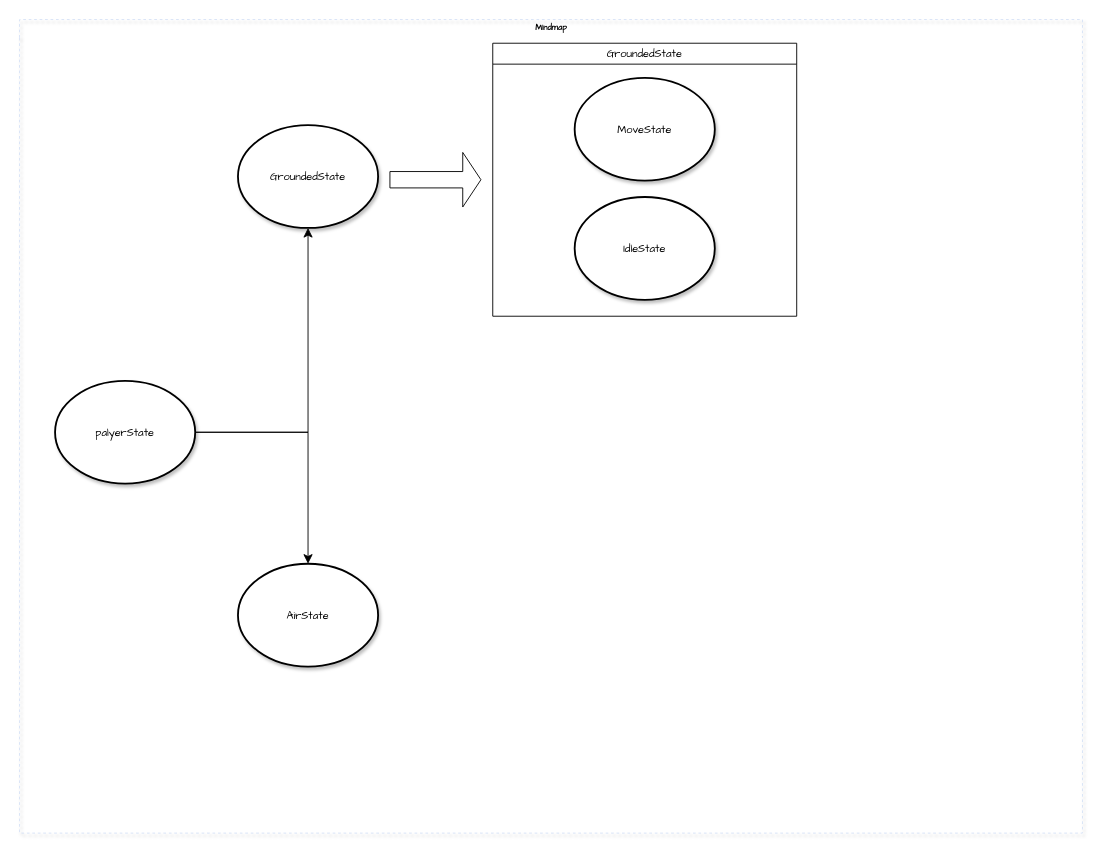
Earlier version of the draw.io diagram PlayerState.drawio (Selentia1/2D-RPG-GAME). Source tidied: cells renumbered, new cells numbered last; positions are measured from the earlier drawing's top-left corner, leaving out a move shared by most shapes. Both pictures are drawn from the tidied source at 91%, with x=0, y=0 at pixel (19, 19).
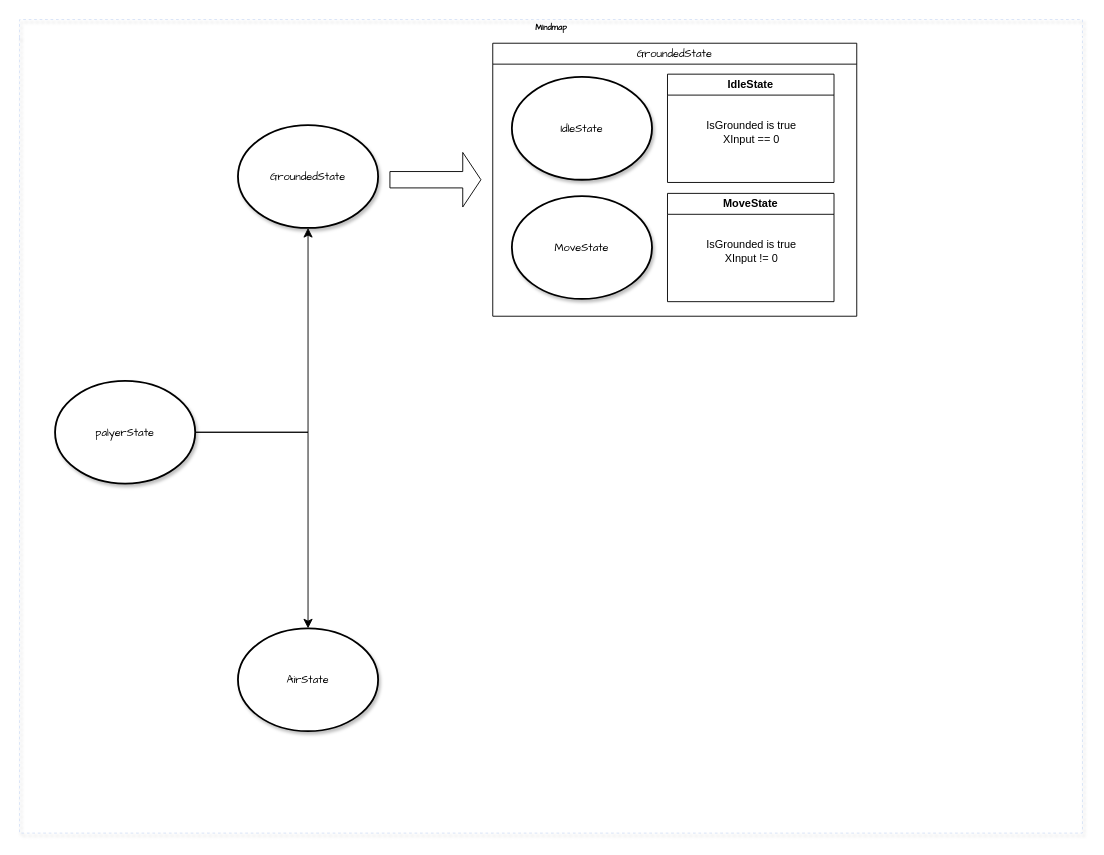
The same page after the edit.

What changed in the source:
```diff
@@
 <mxGraphModel>
   <root>
     <mxCell id="0" />
     <mxCell id="1" parent="0" />
     <mxCell id="2" value="Mindmap" style="swimlane;html=1;startSize=20;horizontal=1;containerType=tree;labelBackgroundColor=none;strokeColor=#D4E1F5;strokeWidth=1;fillColor=none;fontFamily=Comic Sans MS;fontSize=9;swimlaneLine=0;dashed=1;shadow=1;" parent="1" vertex="1">
       <mxGeometry width="1168" height="894" as="geometry" />
     </mxCell>
     <mxCell id="3" value="&lt;font face=&quot;Comic Sans MS&quot;&gt;palyerState&lt;/font&gt;" style="ellipse;whiteSpace=wrap;html=1;align=center;strokeWidth=2;shadow=1;" parent="2" vertex="1">
       <mxGeometry x="39" y="397" width="154" height="113" as="geometry" />
     </mxCell>
     <mxCell id="4" value="&lt;font face=&quot;Comic Sans MS&quot;&gt;GroundedState&lt;/font&gt;" style="ellipse;whiteSpace=wrap;html=1;align=center;strokeWidth=2;shadow=1;" parent="2" vertex="1">
       <mxGeometry x="240" y="116" width="154" height="113" as="geometry" />
     </mxCell>
     <mxCell id="5" value="&lt;font face=&quot;Comic Sans MS&quot;&gt;AirState&lt;/font&gt;" style="ellipse;whiteSpace=wrap;html=1;align=center;strokeWidth=2;shadow=1;" parent="2" vertex="1">
-      <mxGeometry x="240" y="598" width="154" height="113" as="geometry" />
+      <mxGeometry x="240" y="669" width="154" height="113" as="geometry" />
     </mxCell>
     <mxCell id="6" style="edgeStyle=segmentEdgeStyle;endArrow=classic;html=1;curved=0;rounded=0;endSize=8;startSize=8;entryX=0.5;entryY=1;entryDx=0;entryDy=0;exitX=1;exitY=0.5;exitDx=0;exitDy=0;" parent="2" edge="1" source="3" target="4">
       <mxGeometry relative="1" as="geometry" />
     </mxCell>
     <mxCell id="7" style="edgeStyle=segmentEdgeStyle;endArrow=classic;html=1;curved=0;rounded=0;endSize=8;startSize=8;exitX=1;exitY=0.5;exitDx=0;exitDy=0;entryX=0.5;entryY=0;entryDx=0;entryDy=0;" parent="2" edge="1" source="3" target="5">
       <mxGeometry relative="1" as="geometry" />
     </mxCell>
     <mxCell id="8" value="&lt;span style=&quot;font-family: &amp;quot;Comic Sans MS&amp;quot;; font-weight: 400;&quot;&gt;GroundedState&lt;/span&gt;" style="swimlane;whiteSpace=wrap;html=1;" parent="2" vertex="1">
-      <mxGeometry x="520" y="26" width="334" height="300" as="geometry" />
+      <mxGeometry x="520" y="26" width="400" height="300" as="geometry" />
     </mxCell>
-    <mxCell id="9" value="&lt;font face=&quot;Comic Sans MS&quot;&gt;IdleState&lt;/font&gt;" style="ellipse;whiteSpace=wrap;html=1;align=center;strokeWidth=2;shadow=1;" parent="8" vertex="1">
-      <mxGeometry x="90" y="169" width="154" height="113" as="geometry" />
+    <mxCell id="9" value="&lt;font face=&quot;Comic Sans MS&quot;&gt;MoveState&lt;/font&gt;" style="ellipse;whiteSpace=wrap;html=1;align=center;strokeWidth=2;shadow=1;" parent="8" vertex="1">
+      <mxGeometry x="21" y="168" width="154" height="113" as="geometry" />
     </mxCell>
-    <mxCell id="10" value="&lt;font face=&quot;Comic Sans MS&quot;&gt;MoveState&lt;/font&gt;" style="ellipse;whiteSpace=wrap;html=1;align=center;strokeWidth=2;shadow=1;" parent="2" vertex="1">
-      <mxGeometry x="610" y="64" width="154" height="113" as="geometry" />
+    <mxCell id="10" value="&lt;span style=&quot;font-family: &amp;quot;Comic Sans MS&amp;quot;;&quot;&gt;IdleState&lt;/span&gt;" style="ellipse;whiteSpace=wrap;html=1;align=center;strokeWidth=2;shadow=1;" parent="8" vertex="1">
+      <mxGeometry x="21" y="37" width="154" height="113" as="geometry" />
     </mxCell>
+    <mxCell id="12" value="IdleState" style="swimlane;whiteSpace=wrap;html=1;" parent="8" vertex="1">
+      <mxGeometry x="192" y="34" width="183" height="119" as="geometry" />
+    </mxCell>
+    <mxCell id="13" value="IsGrounded is true&lt;div&gt;XInput == 0&lt;/div&gt;" style="text;html=1;align=center;verticalAlign=middle;strokeColor=none;fillColor=none;" parent="12" vertex="1">
+      <mxGeometry x="33" y="43" width="117" height="41" as="geometry" />
+    </mxCell>
     <mxCell id="11" style="shape=singleArrow;whiteSpace=wrap;html=1;" parent="2" vertex="1">
       <mxGeometry x="407" y="146" width="100" height="60" as="geometry" />
     </mxCell>
+    <mxCell id="14" value="MoveState" style="swimlane;whiteSpace=wrap;html=1;" parent="1" vertex="1">
+      <mxGeometry x="712" y="191" width="183" height="119" as="geometry" />
+    </mxCell>
+    <mxCell id="15" value="IsGrounded is true&lt;div&gt;XInput != 0&lt;/div&gt;" style="text;html=1;align=center;verticalAlign=middle;strokeColor=none;fillColor=none;" parent="14" vertex="1">
+      <mxGeometry x="33" y="43" width="117" height="41" as="geometry" />
+    </mxCell>
   </root>
 </mxGraphModel>
```
